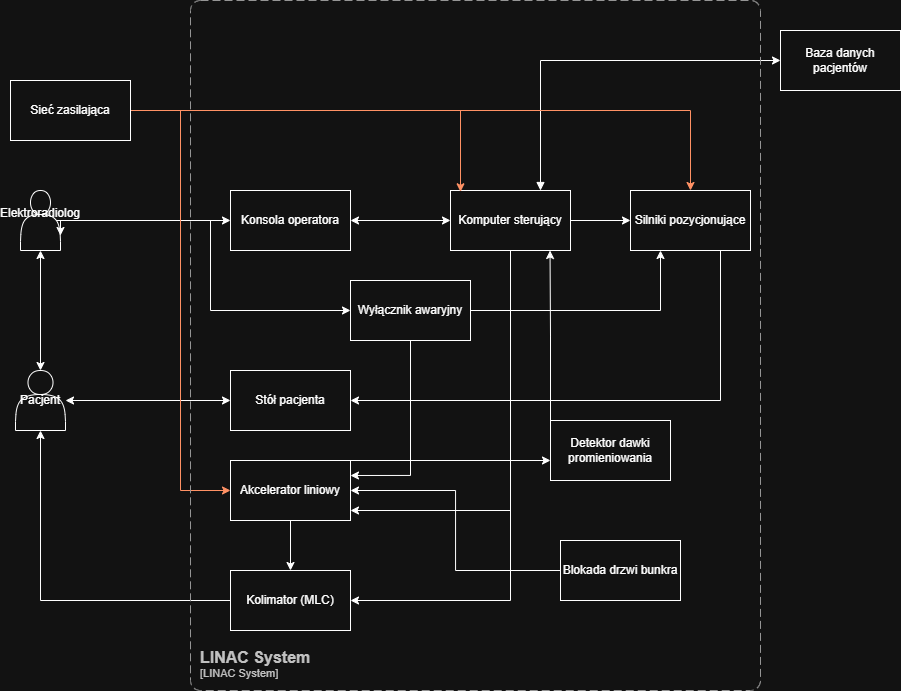
al3m1x/system-safety keeps this draw.io diagram as LINAC.drawio.png. Above is the earlier version. Source tidied: cells renumbered, new cells last; positions are measured from the earlier drawing's top-left corner, leaving out a move shared by most shapes. Source of this version:
```xml
<mxGraphModel>
  <root>
    <mxCell id="0" />
    <mxCell id="1" parent="0" />
    <mxCell id="2" style="edgeStyle=orthogonalEdgeStyle;rounded=0;jettySize=auto;html=1;entryX=0;entryY=0.5;entryDx=0;entryDy=0;startArrow=classic;startFill=1;" parent="1" edge="1" source="3" target="8">
      <mxGeometry relative="1" as="geometry" />
    </mxCell>
    <mxCell id="3" value="Konsola operatora" style="rounded=0;whiteSpace=wrap;html=1;" parent="1" vertex="1">
      <mxGeometry x="220" y="190" width="120" height="60" as="geometry" />
    </mxCell>
    <mxCell id="4" style="edgeStyle=orthogonalEdgeStyle;rounded=0;orthogonalLoop=1;jettySize=auto;html=1;exitX=0.5;exitY=1;exitDx=0;exitDy=0;" parent="1" edge="1">
      <mxGeometry relative="1" as="geometry">
        <mxPoint x="500" y="260" as="sourcePoint" />
        <mxPoint x="340" y="510" as="targetPoint" />
        <Array as="points">
          <mxPoint x="500" y="510" />
          <mxPoint x="340" y="510" />
        </Array>
      </mxGeometry>
    </mxCell>
    <mxCell id="5" style="edgeStyle=orthogonalEdgeStyle;rounded=0;jettySize=auto;html=1;exitX=1;exitY=0.5;exitDx=0;exitDy=0;entryX=0;entryY=0.5;entryDx=0;entryDy=0;" parent="1" edge="1" source="8" target="19">
      <mxGeometry relative="1" as="geometry" />
    </mxCell>
    <mxCell id="6" style="edgeStyle=orthogonalEdgeStyle;rounded=0;jettySize=auto;html=1;entryX=1;entryY=0.5;entryDx=0;entryDy=0;" parent="1" edge="1" source="8" target="14">
      <mxGeometry relative="1" as="geometry">
        <Array as="points">
          <mxPoint x="500" y="600" />
        </Array>
      </mxGeometry>
    </mxCell>
    <mxCell id="7" style="edgeStyle=orthogonalEdgeStyle;rounded=0;jettySize=auto;html=1;exitX=0.75;exitY=0;exitDx=0;exitDy=0;entryX=0;entryY=0.5;entryDx=0;entryDy=0;startArrow=block;startFill=1;" parent="1" edge="1" source="8" target="30">
      <mxGeometry relative="1" as="geometry" />
    </mxCell>
    <mxCell id="8" value="Komputer sterujący" style="rounded=0;whiteSpace=wrap;html=1;" parent="1" vertex="1">
      <mxGeometry x="440" y="190" width="120" height="60" as="geometry" />
    </mxCell>
    <mxCell id="9" style="edgeStyle=orthogonalEdgeStyle;rounded=0;jettySize=auto;html=1;exitX=0.5;exitY=1;exitDx=0;exitDy=0;entryX=1;entryY=0.25;entryDx=0;entryDy=0;" parent="1" edge="1" source="11" target="17">
      <mxGeometry relative="1" as="geometry" />
    </mxCell>
    <mxCell id="10" style="edgeStyle=orthogonalEdgeStyle;rounded=0;jettySize=auto;html=1;exitX=1;exitY=0.5;exitDx=0;exitDy=0;entryX=0.25;entryY=1;entryDx=0;entryDy=0;" parent="1" edge="1" source="11" target="19">
      <mxGeometry relative="1" as="geometry" />
    </mxCell>
    <mxCell id="11" value="Wyłącznik awaryjny" style="rounded=0;whiteSpace=wrap;html=1;" parent="1" vertex="1">
      <mxGeometry x="340" y="280" width="120" height="60" as="geometry" />
    </mxCell>
    <mxCell id="12" value="Stół pacjenta" style="rounded=0;whiteSpace=wrap;html=1;" parent="1" vertex="1">
      <mxGeometry x="220" y="370" width="120" height="60" as="geometry" />
    </mxCell>
    <mxCell id="13" style="edgeStyle=orthogonalEdgeStyle;rounded=0;jettySize=auto;html=1;entryX=0.5;entryY=1;entryDx=0;entryDy=0;" parent="1" edge="1" source="14" target="29">
      <mxGeometry relative="1" as="geometry" />
    </mxCell>
    <mxCell id="14" value="Kolimator (MLC)" style="rounded=0;whiteSpace=wrap;html=1;" parent="1" vertex="1">
      <mxGeometry x="220" y="570" width="120" height="60" as="geometry" />
    </mxCell>
    <mxCell id="15" style="edgeStyle=orthogonalEdgeStyle;rounded=0;jettySize=auto;html=1;" parent="1" edge="1" source="17" target="14">
      <mxGeometry relative="1" as="geometry" />
    </mxCell>
    <mxCell id="16" style="edgeStyle=orthogonalEdgeStyle;rounded=0;jettySize=auto;html=1;exitX=1;exitY=0;exitDx=0;exitDy=0;" parent="1" edge="1" source="17">
      <mxGeometry relative="1" as="geometry">
        <mxPoint x="540" y="460" as="targetPoint" />
        <Array as="points">
          <mxPoint x="540" y="460" />
        </Array>
      </mxGeometry>
    </mxCell>
    <mxCell id="17" value="Akcelerator liniowy" style="rounded=0;whiteSpace=wrap;html=1;" parent="1" vertex="1">
      <mxGeometry x="220" y="460" width="120" height="60" as="geometry" />
    </mxCell>
    <mxCell id="18" style="edgeStyle=orthogonalEdgeStyle;rounded=0;jettySize=auto;html=1;exitX=0.5;exitY=1;exitDx=0;exitDy=0;entryX=1;entryY=0.5;entryDx=0;entryDy=0;" parent="1" edge="1" source="19" target="12">
      <mxGeometry relative="1" as="geometry">
        <Array as="points">
          <mxPoint x="710" y="250" />
          <mxPoint x="710" y="400" />
        </Array>
      </mxGeometry>
    </mxCell>
    <mxCell id="19" value="Silniki pozycjonujące" style="rounded=0;whiteSpace=wrap;html=1;" parent="1" vertex="1">
      <mxGeometry x="620" y="190" width="120" height="60" as="geometry" />
    </mxCell>
    <mxCell id="20" style="edgeStyle=orthogonalEdgeStyle;rounded=0;jettySize=auto;html=1;exitX=0;exitY=0;exitDx=0;exitDy=0;" parent="1" edge="1" source="21">
      <mxGeometry relative="1" as="geometry">
        <mxPoint x="539.5" y="250" as="targetPoint" />
      </mxGeometry>
    </mxCell>
    <mxCell id="21" value="Detektor dawki promieniowania" style="rounded=0;whiteSpace=wrap;html=1;" parent="1" vertex="1">
      <mxGeometry x="540" y="420" width="120" height="60" as="geometry" />
    </mxCell>
    <mxCell id="22" style="edgeStyle=orthogonalEdgeStyle;rounded=0;jettySize=auto;html=1;entryX=1;entryY=0.5;entryDx=0;entryDy=0;" parent="1" edge="1" source="23" target="17">
      <mxGeometry relative="1" as="geometry" />
    </mxCell>
    <mxCell id="23" value="Blokada drzwi bunkra" style="rounded=0;whiteSpace=wrap;html=1;" parent="1" vertex="1">
      <mxGeometry x="550" y="540" width="120" height="60" as="geometry" />
    </mxCell>
    <mxCell id="24" style="edgeStyle=orthogonalEdgeStyle;rounded=0;jettySize=auto;html=1;entryX=0;entryY=0.5;entryDx=0;entryDy=0;" parent="1" edge="1" source="27" target="3">
      <mxGeometry relative="1" as="geometry" />
    </mxCell>
    <mxCell id="25" style="edgeStyle=orthogonalEdgeStyle;rounded=0;jettySize=auto;html=1;exitX=0.9;exitY=0.5;exitDx=0;exitDy=0;exitPerimeter=0;entryX=0;entryY=0.5;entryDx=0;entryDy=0;" parent="1" edge="1" source="27" target="11">
      <mxGeometry relative="1" as="geometry">
        <Array as="points">
          <mxPoint x="200" y="220" />
          <mxPoint x="200" y="310" />
        </Array>
      </mxGeometry>
    </mxCell>
    <mxCell id="26" style="edgeStyle=orthogonalEdgeStyle;rounded=0;jettySize=auto;html=1;startArrow=classic;startFill=1;" parent="1" edge="1" source="27" target="29">
      <mxGeometry relative="1" as="geometry" />
    </mxCell>
    <mxCell id="27" value="Elektroradiolog&lt;div&gt;&lt;br&gt;&lt;/div&gt;" style="shape=actor;whiteSpace=wrap;html=1;" parent="1" vertex="1">
      <mxGeometry x="10" y="190" width="40" height="60" as="geometry" />
    </mxCell>
    <mxCell id="28" style="edgeStyle=orthogonalEdgeStyle;rounded=0;jettySize=auto;html=1;entryX=0;entryY=0.5;entryDx=0;entryDy=0;startArrow=classic;startFill=1;" parent="1" edge="1" source="29" target="12">
      <mxGeometry relative="1" as="geometry" />
    </mxCell>
    <mxCell id="29" value="Pacjent" style="shape=actor;whiteSpace=wrap;html=1;" parent="1" vertex="1">
      <mxGeometry x="5" y="370" width="50" height="60" as="geometry" />
    </mxCell>
    <mxCell id="30" value="Baza danych pacjentów" style="rounded=0;whiteSpace=wrap;html=1;" parent="1" vertex="1">
      <mxGeometry x="770" y="30" width="120" height="60" as="geometry" />
    </mxCell>
    <mxCell id="31" style="edgeStyle=orthogonalEdgeStyle;rounded=0;jettySize=auto;html=1;entryX=0;entryY=0.5;entryDx=0;entryDy=0;fillColor=#fa6800;strokeColor=#C73500;" parent="1" edge="1" source="34" target="17">
      <mxGeometry relative="1" as="geometry" />
    </mxCell>
    <mxCell id="32" style="edgeStyle=orthogonalEdgeStyle;rounded=0;jettySize=auto;html=1;fillColor=#fa6800;strokeColor=#C73500;entryX=0.075;entryY=0.022;entryDx=0;entryDy=0;entryPerimeter=0;" parent="1" edge="1" source="34" target="8">
      <mxGeometry relative="1" as="geometry">
        <Array as="points">
          <mxPoint x="450" y="110" />
          <mxPoint x="450" y="191" />
        </Array>
      </mxGeometry>
    </mxCell>
    <mxCell id="33" style="edgeStyle=orthogonalEdgeStyle;rounded=0;jettySize=auto;html=1;entryX=0.5;entryY=0;entryDx=0;entryDy=0;fillColor=#fa6800;strokeColor=#C73500;" parent="1" edge="1" source="34" target="19">
      <mxGeometry relative="1" as="geometry" />
    </mxCell>
    <mxCell id="34" value="Sieć zasilająca" style="rounded=0;whiteSpace=wrap;html=1;" parent="1" vertex="1">
      <mxGeometry y="80" width="120" height="60" as="geometry" />
    </mxCell>
    <mxCell id="35" style="edgeStyle=orthogonalEdgeStyle;rounded=0;orthogonalLoop=1;jettySize=auto;html=1;exitX=0.9;exitY=0.5;exitDx=0;exitDy=0;exitPerimeter=0;entryX=1;entryY=0.75;entryDx=0;entryDy=0;" parent="1" edge="1" source="27" target="27">
      <mxGeometry relative="1" as="geometry" />
    </mxCell>
    <object id="36" label="&lt;font style=&quot;font-size: 16px&quot;&gt;&lt;b&gt;&lt;div style=&quot;text-align: left&quot;&gt;%c4Name%&lt;/div&gt;&lt;/b&gt;&lt;/font&gt;&lt;div style=&quot;text-align: left&quot;&gt;[%c4Application%]&lt;/div&gt;" c4Application="LINAC System" c4Name="LINAC System" c4Type="SystemScopeBoundary" placeholders="1">
      <mxCell style="rounded=1;fontSize=11;whiteSpace=wrap;html=1;dashed=1;arcSize=20;fillColor=none;strokeColor=#666666;fontColor=#333333;labelBackgroundColor=none;align=left;verticalAlign=bottom;labelBorderColor=none;spacingTop=0;spacing=10;dashPattern=8 4;perimeter=rectanglePerimeter;noLabel=0;labelPadding=0;absoluteArcSize=1;" parent="1" vertex="1">
        <mxGeometry x="180" width="570" height="690" as="geometry" />
      </mxCell>
    </object>
  </root>
</mxGraphModel>
```
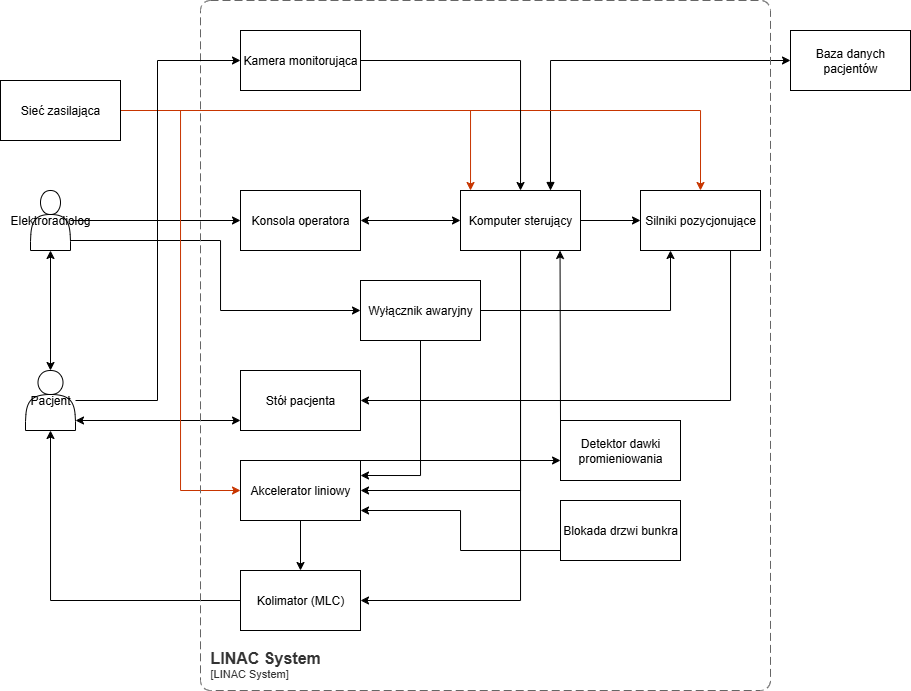
After the change.

Commit message:
Add camera on diagram, fix camera in text

What changed in the source:
```diff
@@ -10,11 +10,11 @@
     </mxCell>
     <mxCell id="4" style="edgeStyle=orthogonalEdgeStyle;rounded=0;orthogonalLoop=1;jettySize=auto;html=1;exitX=0.5;exitY=1;exitDx=0;exitDy=0;" parent="1" edge="1">
       <mxGeometry relative="1" as="geometry">
-        <mxPoint x="500" y="260" as="sourcePoint" />
-        <mxPoint x="340" y="510" as="targetPoint" />
+        <mxPoint x="500" y="240" as="sourcePoint" />
+        <mxPoint x="340" y="490" as="targetPoint" />
         <Array as="points">
-          <mxPoint x="500" y="510" />
-          <mxPoint x="340" y="510" />
+          <mxPoint x="500" y="490" />
+          <mxPoint x="340" y="490" />
         </Array>
       </mxGeometry>
     </mxCell>
@@ -85,19 +85,27 @@
     <mxCell id="21" value="Detektor dawki promieniowania" style="rounded=0;whiteSpace=wrap;html=1;" parent="1" vertex="1">
       <mxGeometry x="540" y="420" width="120" height="60" as="geometry" />
     </mxCell>
-    <mxCell id="22" style="edgeStyle=orthogonalEdgeStyle;rounded=0;jettySize=auto;html=1;entryX=1;entryY=0.5;entryDx=0;entryDy=0;" parent="1" edge="1" source="23" target="17">
-      <mxGeometry relative="1" as="geometry" />
+    <mxCell id="22" style="edgeStyle=orthogonalEdgeStyle;rounded=0;orthogonalLoop=1;jettySize=auto;html=1;" parent="1" edge="1">
+      <mxGeometry relative="1" as="geometry">
+        <mxPoint x="540" y="550" as="sourcePoint" />
+        <mxPoint x="340" y="510" as="targetPoint" />
+        <Array as="points">
+          <mxPoint x="440" y="550" />
+          <mxPoint x="440" y="510" />
+          <mxPoint x="340" y="510" />
+        </Array>
+      </mxGeometry>
     </mxCell>
     <mxCell id="23" value="Blokada drzwi bunkra" style="rounded=0;whiteSpace=wrap;html=1;" parent="1" vertex="1">
-      <mxGeometry x="550" y="540" width="120" height="60" as="geometry" />
+      <mxGeometry x="540" y="500" width="120" height="60" as="geometry" />
     </mxCell>
-    <mxCell id="24" style="edgeStyle=orthogonalEdgeStyle;rounded=0;jettySize=auto;html=1;entryX=0;entryY=0.5;entryDx=0;entryDy=0;" parent="1" edge="1" source="27" target="3">
+    <mxCell id="24" style="edgeStyle=orthogonalEdgeStyle;rounded=0;jettySize=auto;html=1;" parent="1" edge="1" source="27" target="3">
       <mxGeometry relative="1" as="geometry" />
     </mxCell>
-    <mxCell id="25" style="edgeStyle=orthogonalEdgeStyle;rounded=0;jettySize=auto;html=1;exitX=0.9;exitY=0.5;exitDx=0;exitDy=0;exitPerimeter=0;entryX=0;entryY=0.5;entryDx=0;entryDy=0;" parent="1" edge="1" source="27" target="11">
+    <mxCell id="25" style="edgeStyle=orthogonalEdgeStyle;rounded=0;jettySize=auto;html=1;entryX=0;entryY=0.5;entryDx=0;entryDy=0;" parent="1" edge="1" source="27" target="11">
       <mxGeometry relative="1" as="geometry">
         <Array as="points">
-          <mxPoint x="200" y="220" />
+          <mxPoint x="200" y="240" />
           <mxPoint x="200" y="310" />
         </Array>
       </mxGeometry>
@@ -105,11 +113,16 @@
     <mxCell id="26" style="edgeStyle=orthogonalEdgeStyle;rounded=0;jettySize=auto;html=1;startArrow=classic;startFill=1;" parent="1" edge="1" source="27" target="29">
       <mxGeometry relative="1" as="geometry" />
     </mxCell>
-    <mxCell id="27" value="Elektroradiolog&lt;div&gt;&lt;br&gt;&lt;/div&gt;" style="shape=actor;whiteSpace=wrap;html=1;" parent="1" vertex="1">
+    <mxCell id="27" value="Elektroradiolog" style="shape=actor;whiteSpace=wrap;html=1;" parent="1" vertex="1">
       <mxGeometry x="10" y="190" width="40" height="60" as="geometry" />
     </mxCell>
-    <mxCell id="28" style="edgeStyle=orthogonalEdgeStyle;rounded=0;jettySize=auto;html=1;entryX=0;entryY=0.5;entryDx=0;entryDy=0;startArrow=classic;startFill=1;" parent="1" edge="1" source="29" target="12">
-      <mxGeometry relative="1" as="geometry" />
+    <mxCell id="28" style="edgeStyle=orthogonalEdgeStyle;rounded=0;jettySize=auto;html=1;startArrow=classic;startFill=1;" parent="1" edge="1" source="29">
+      <mxGeometry relative="1" as="geometry">
+        <mxPoint x="220" y="420" as="targetPoint" />
+        <Array as="points">
+          <mxPoint x="220" y="420" />
+        </Array>
+      </mxGeometry>
     </mxCell>
     <mxCell id="29" value="Pacjent" style="shape=actor;whiteSpace=wrap;html=1;" parent="1" vertex="1">
       <mxGeometry x="5" y="370" width="50" height="60" as="geometry" />
@@ -120,11 +133,10 @@
     <mxCell id="31" style="edgeStyle=orthogonalEdgeStyle;rounded=0;jettySize=auto;html=1;entryX=0;entryY=0.5;entryDx=0;entryDy=0;fillColor=#fa6800;strokeColor=#C73500;" parent="1" edge="1" source="34" target="17">
       <mxGeometry relative="1" as="geometry" />
     </mxCell>
-    <mxCell id="32" style="edgeStyle=orthogonalEdgeStyle;rounded=0;jettySize=auto;html=1;fillColor=#fa6800;strokeColor=#C73500;entryX=0.075;entryY=0.022;entryDx=0;entryDy=0;entryPerimeter=0;" parent="1" edge="1" source="34" target="8">
+    <mxCell id="32" style="edgeStyle=orthogonalEdgeStyle;rounded=0;jettySize=auto;html=1;fillColor=#fa6800;strokeColor=#C73500;" parent="1" edge="1" source="34" target="8">
       <mxGeometry relative="1" as="geometry">
         <Array as="points">
           <mxPoint x="450" y="110" />
-          <mxPoint x="450" y="191" />
         </Array>
       </mxGeometry>
     </mxCell>
@@ -132,15 +144,28 @@
       <mxGeometry relative="1" as="geometry" />
     </mxCell>
     <mxCell id="34" value="Sieć zasilająca" style="rounded=0;whiteSpace=wrap;html=1;" parent="1" vertex="1">
-      <mxGeometry y="80" width="120" height="60" as="geometry" />
+      <mxGeometry x="-20" y="80" width="120" height="60" as="geometry" />
     </mxCell>
-    <mxCell id="35" style="edgeStyle=orthogonalEdgeStyle;rounded=0;orthogonalLoop=1;jettySize=auto;html=1;exitX=0.9;exitY=0.5;exitDx=0;exitDy=0;exitPerimeter=0;entryX=1;entryY=0.75;entryDx=0;entryDy=0;" parent="1" edge="1" source="27" target="27">
-      <mxGeometry relative="1" as="geometry" />
-    </mxCell>
     <object id="36" label="&lt;font style=&quot;font-size: 16px&quot;&gt;&lt;b&gt;&lt;div style=&quot;text-align: left&quot;&gt;%c4Name%&lt;/div&gt;&lt;/b&gt;&lt;/font&gt;&lt;div style=&quot;text-align: left&quot;&gt;[%c4Application%]&lt;/div&gt;" c4Application="LINAC System" c4Name="LINAC System" c4Type="SystemScopeBoundary" placeholders="1">
       <mxCell style="rounded=1;fontSize=11;whiteSpace=wrap;html=1;dashed=1;arcSize=20;fillColor=none;strokeColor=#666666;fontColor=#333333;labelBackgroundColor=none;align=left;verticalAlign=bottom;labelBorderColor=none;spacingTop=0;spacing=10;dashPattern=8 4;perimeter=rectanglePerimeter;noLabel=0;labelPadding=0;absoluteArcSize=1;" parent="1" vertex="1">
         <mxGeometry x="180" width="570" height="690" as="geometry" />
       </mxCell>
     </object>
+    <mxCell id="37" style="edgeStyle=orthogonalEdgeStyle;rounded=0;jettySize=auto;html=1;" parent="1" edge="1" source="39" target="8">
+      <mxGeometry relative="1" as="geometry" />
+    </mxCell>
+    <mxCell id="38" style="edgeStyle=orthogonalEdgeStyle;rounded=0;jettySize=auto;html=1;" parent="1" edge="1" target="39">
+      <mxGeometry relative="1" as="geometry">
+        <mxPoint x="55" y="400" as="sourcePoint" />
+        <Array as="points">
+          <mxPoint x="55" y="400" />
+          <mxPoint x="137" y="400" />
+          <mxPoint x="137" y="60" />
+        </Array>
+      </mxGeometry>
+    </mxCell>
+    <mxCell id="39" value="Kamera monitorująca" style="rounded=0;whiteSpace=wrap;html=1;" parent="1" vertex="1">
+      <mxGeometry x="220" y="30" width="120" height="60" as="geometry" />
+    </mxCell>
   </root>
 </mxGraphModel>
```
